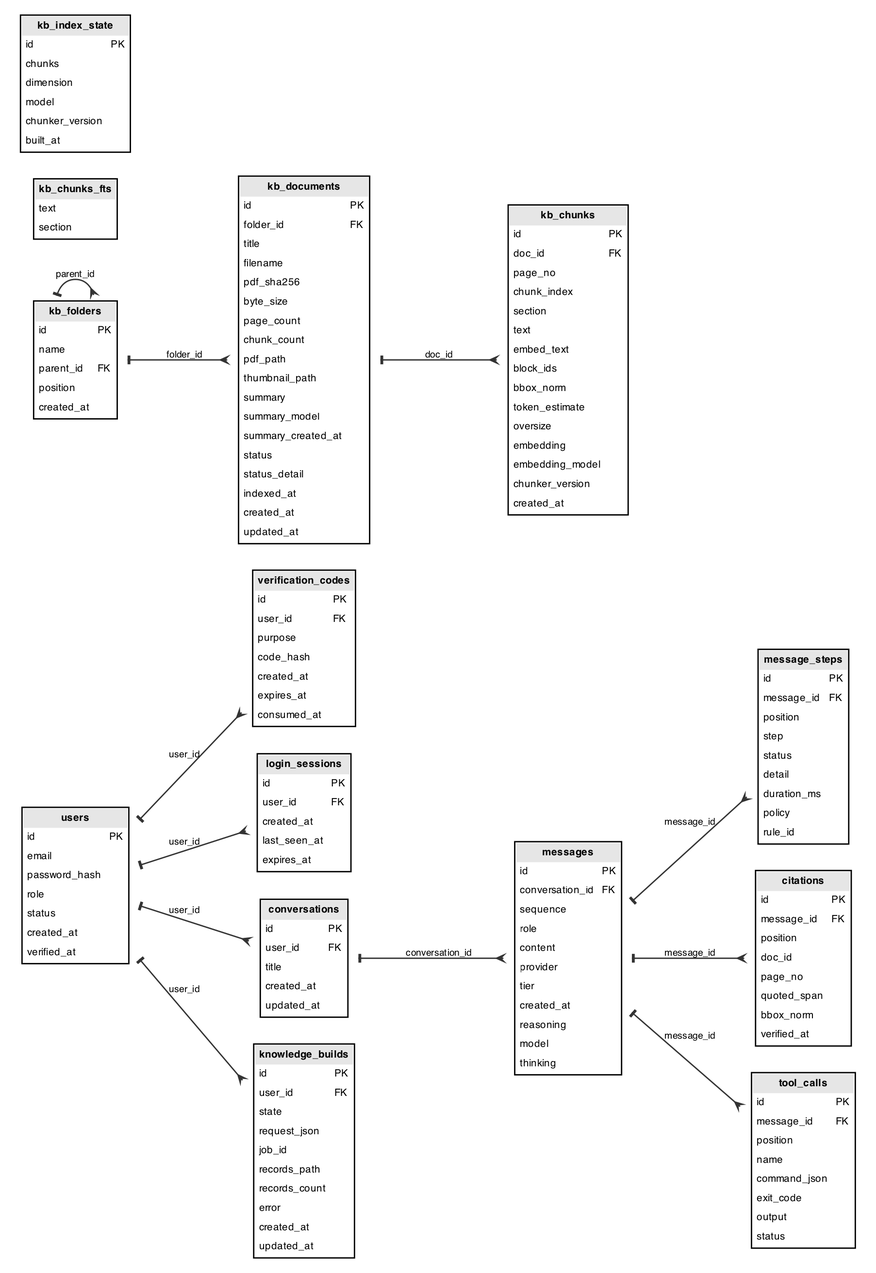
Earlier version of the Graphviz export docs/figures/physical-db.png (Kane-LI-0114/verifiable-tutor). Its source is kept beside it as docs/figures/physical-db.dot.
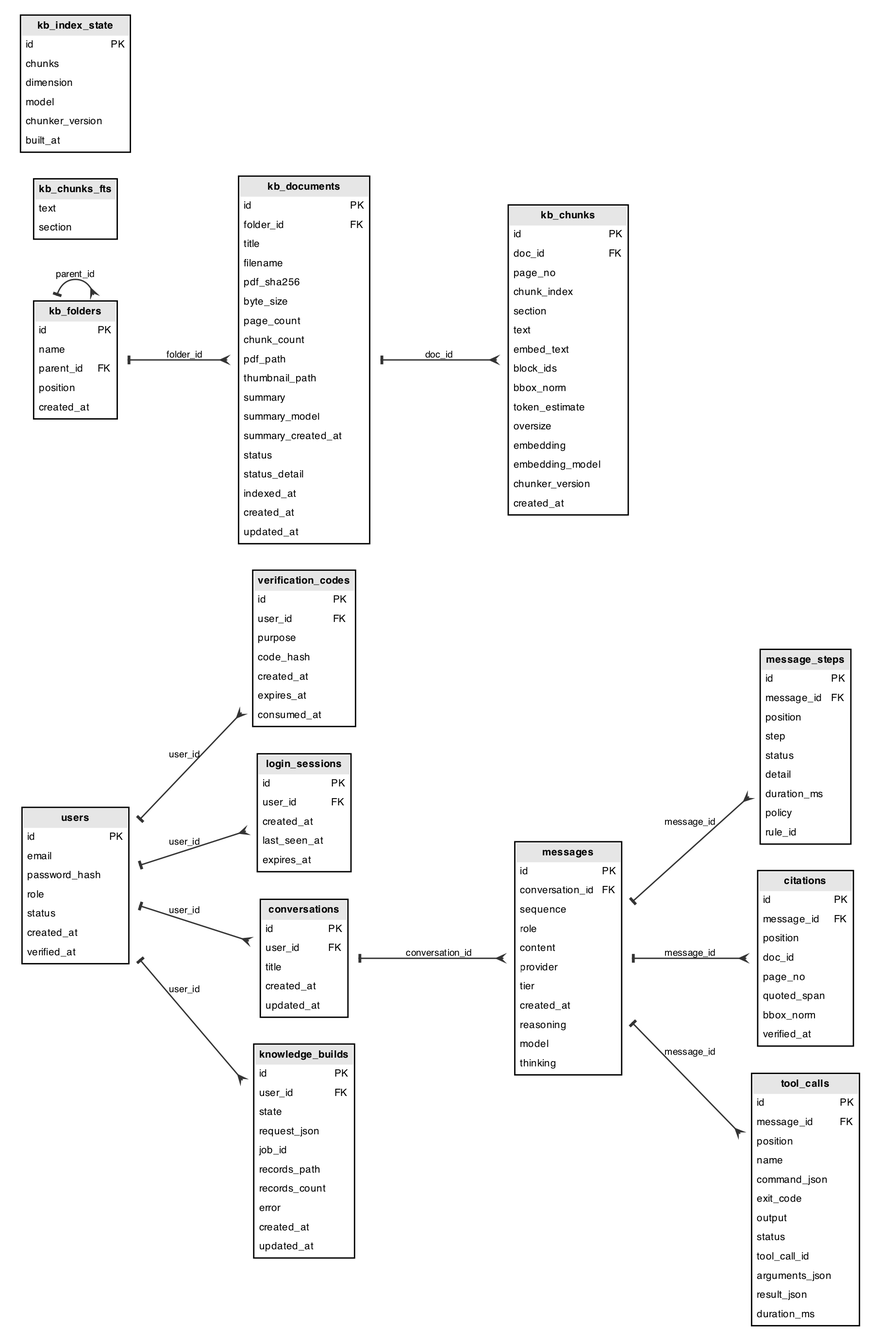
After the change.

Commit message:
feat(storage): persist provider tool calls in schema v3

Diff of the diagram source:
```diff
@@ -87,6 +87,10 @@
       <TR><TD ALIGN="LEFT">exit_code</TD><TD ALIGN="LEFT"></TD></TR>
       <TR><TD ALIGN="LEFT">output</TD><TD ALIGN="LEFT"></TD></TR>
       <TR><TD ALIGN="LEFT">status</TD><TD ALIGN="LEFT"></TD></TR>
+      <TR><TD ALIGN="LEFT">tool_call_id</TD><TD ALIGN="LEFT"></TD></TR>
+      <TR><TD ALIGN="LEFT">arguments_json</TD><TD ALIGN="LEFT"></TD></TR>
+      <TR><TD ALIGN="LEFT">result_json</TD><TD ALIGN="LEFT"></TD></TR>
+      <TR><TD ALIGN="LEFT">duration_ms</TD><TD ALIGN="LEFT"></TD></TR>
     </TABLE>>];
   knowledge_builds [label=<<TABLE BORDER="1" CELLBORDER="0" CELLSPACING="0" CELLPADDING="3" BGCOLOR="white">
       <TR><TD BGCOLOR="#e6e6e6" COLSPAN="2"><B>knowledge_builds</B></TD></TR>
```
